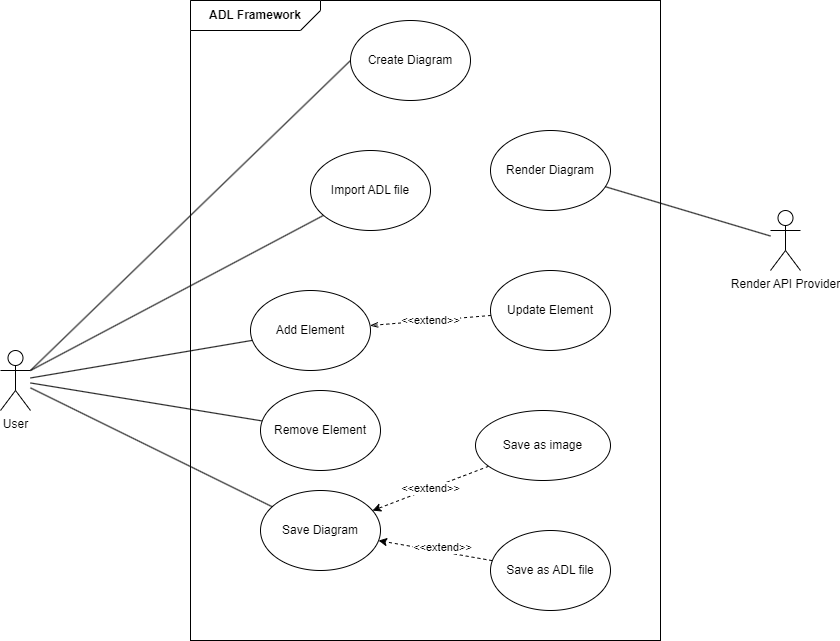
Above: UseCase.drawio.png in phunm211/SW-Associate-Architecture (draw.io), before the change. Source tidied: cells renumbered, new cells last; positions are measured from the earlier drawing's top-left corner, leaving out a move shared by most shapes.
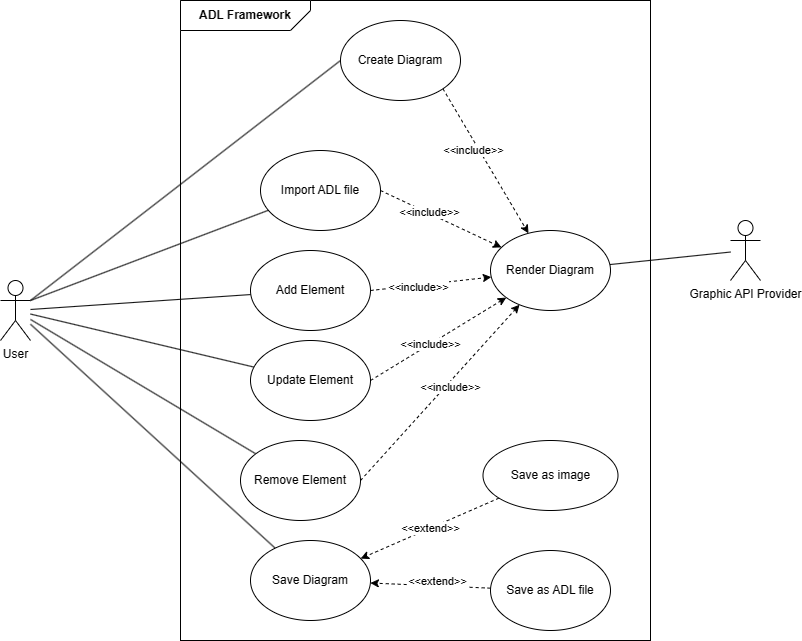
The same diagram one commit later.

What changed in the source:
```diff
@@ -20,32 +20,64 @@
     <mxCell id="7" style="rounded=0;jettySize=auto;html=1;endArrow=none;endFill=0;" parent="1" edge="1" source="8" target="13">
       <mxGeometry relative="1" as="geometry" />
     </mxCell>
+    <mxCell id="25" style="rounded=0;jettySize=auto;html=1;endArrow=none;endFill=0;" parent="1" edge="1" source="8" target="16">
+      <mxGeometry relative="1" as="geometry" />
+    </mxCell>
     <mxCell id="8" value="User" style="shape=umlActor;verticalLabelPosition=bottom;verticalAlign=top;html=1;" parent="1" vertex="1">
-      <mxGeometry y="400" width="30" height="60" as="geometry" />
+      <mxGeometry x="10" y="330" width="30" height="60" as="geometry" />
     </mxCell>
     <mxCell id="9" value="&lt;b&gt;ADL Framework&lt;/b&gt;" style="shape=card;whiteSpace=wrap;html=1;rotation=90;flipV=0;flipH=1;horizontal=0;size=20;" parent="1" vertex="1">
       <mxGeometry x="240" width="30" height="130" as="geometry" />
     </mxCell>
+    <mxCell id="26" style="rounded=0;jettySize=auto;html=1;exitX=1;exitY=1;exitDx=0;exitDy=0;dashed=1;" parent="1" edge="1" source="10" target="23">
+      <mxGeometry relative="1" as="geometry" />
+    </mxCell>
+    <mxCell id="27" value="&amp;lt;&amp;lt;include&amp;gt;&amp;gt;" style="edgeLabel;html=1;align=center;verticalAlign=middle;" parent="26" vertex="1">
+      <mxGeometry x="-0.2" y="-5" relative="1" as="geometry" />
+    </mxCell>
     <mxCell id="10" value="Create Diagram" style="ellipse;whiteSpace=wrap;html=1;" parent="1" vertex="1">
       <mxGeometry x="350" y="70" width="120" height="80" as="geometry" />
     </mxCell>
+    <mxCell id="28" style="rounded=0;jettySize=auto;html=1;exitX=1;exitY=0.5;exitDx=0;exitDy=0;dashed=1;" parent="1" edge="1" source="11" target="23">
+      <mxGeometry relative="1" as="geometry" />
+    </mxCell>
+    <mxCell id="29" value="&amp;lt;&amp;lt;include&amp;gt;&amp;gt;" style="edgeLabel;html=1;align=center;verticalAlign=middle;" parent="28" vertex="1">
+      <mxGeometry x="-0.21" y="1" relative="1" as="geometry" />
+    </mxCell>
     <mxCell id="11" value="Import ADL file" style="ellipse;whiteSpace=wrap;html=1;" parent="1" vertex="1">
-      <mxGeometry x="310" y="200" width="120" height="80" as="geometry" />
+      <mxGeometry x="270" y="200" width="120" height="80" as="geometry" />
     </mxCell>
+    <mxCell id="30" style="rounded=0;jettySize=auto;html=1;exitX=1;exitY=0.5;exitDx=0;exitDy=0;dashed=1;" parent="1" edge="1" source="12" target="23">
+      <mxGeometry relative="1" as="geometry" />
+    </mxCell>
+    <mxCell id="31" value="&amp;lt;&amp;lt;include&amp;gt;&amp;gt;" style="edgeLabel;html=1;align=center;verticalAlign=middle;" parent="30" vertex="1">
+      <mxGeometry x="-0.2" y="-2" relative="1" as="geometry" />
+    </mxCell>
     <mxCell id="12" value="Add Element" style="ellipse;whiteSpace=wrap;html=1;" parent="1" vertex="1">
-      <mxGeometry x="250" y="340" width="120" height="80" as="geometry" />
+      <mxGeometry x="260" y="300" width="120" height="80" as="geometry" />
     </mxCell>
     <mxCell id="13" value="Save Diagram" style="ellipse;whiteSpace=wrap;html=1;" parent="1" vertex="1">
-      <mxGeometry x="260" y="540" width="120" height="80" as="geometry" />
+      <mxGeometry x="260" y="590" width="120" height="80" as="geometry" />
     </mxCell>
+    <mxCell id="32" style="rounded=0;jettySize=auto;html=1;exitX=1;exitY=0.5;exitDx=0;exitDy=0;dashed=1;" parent="1" edge="1" source="14" target="23">
+      <mxGeometry relative="1" as="geometry" />
+    </mxCell>
+    <mxCell id="33" value="&amp;lt;&amp;lt;include&amp;gt;&amp;gt;" style="edgeLabel;html=1;align=center;verticalAlign=middle;" parent="32" vertex="1">
+      <mxGeometry x="0.09" y="-3" relative="1" as="geometry">
+        <mxPoint x="1" as="offset" />
+      </mxGeometry>
+    </mxCell>
     <mxCell id="14" value="Remove Element" style="ellipse;whiteSpace=wrap;html=1;" parent="1" vertex="1">
-      <mxGeometry x="260" y="440" width="120" height="80" as="geometry" />
+      <mxGeometry x="250" y="490" width="120" height="80" as="geometry" />
     </mxCell>
-    <mxCell id="15" value="&amp;lt;&amp;lt;extend&amp;gt;&amp;gt;" style="rounded=0;jettySize=auto;html=1;dashed=1;endArrow=openThin;endFill=0;" parent="1" edge="1" source="16" target="12">
-      <mxGeometry relative="1" as="geometry" />
-    </mxCell>
+    <mxCell id="34" style="rounded=0;jettySize=auto;html=1;exitX=1;exitY=0.5;exitDx=0;exitDy=0;dashed=1;" parent="1" edge="1" source="16" target="23">
+      <mxGeometry relative="1" as="geometry" />
+    </mxCell>
+    <mxCell id="35" value="&amp;lt;&amp;lt;include&amp;gt;&amp;gt;" style="edgeLabel;html=1;align=center;verticalAlign=middle;" parent="34" vertex="1">
+      <mxGeometry x="-0.12" relative="1" as="geometry" />
+    </mxCell>
     <mxCell id="16" value="Update Element" style="ellipse;whiteSpace=wrap;html=1;" parent="1" vertex="1">
-      <mxGeometry x="490" y="320" width="120" height="80" as="geometry" />
+      <mxGeometry x="260" y="390" width="120" height="80" as="geometry" />
     </mxCell>
     <mxCell id="17" style="rounded=0;jettySize=auto;html=1;dashed=1;" parent="1" edge="1" source="19" target="13">
       <mxGeometry relative="1" as="geometry" />
@@ -54,22 +86,22 @@
       <mxGeometry x="-0.1" y="-5" relative="1" as="geometry" />
     </mxCell>
     <mxCell id="19" value="Save as ADL file" style="ellipse;whiteSpace=wrap;html=1;" parent="1" vertex="1">
-      <mxGeometry x="490" y="580" width="120" height="80" as="geometry" />
+      <mxGeometry x="500" y="600" width="120" height="80" as="geometry" />
     </mxCell>
     <mxCell id="20" value="&amp;lt;&amp;lt;extend&amp;gt;&amp;gt;" style="rounded=0;jettySize=auto;html=1;dashed=1;" parent="1" edge="1" source="21" target="13">
       <mxGeometry relative="1" as="geometry" />
     </mxCell>
     <mxCell id="21" value="Save as image" style="ellipse;whiteSpace=wrap;html=1;" parent="1" vertex="1">
-      <mxGeometry x="475" y="460" width="135" height="70" as="geometry" />
+      <mxGeometry x="492.5" y="490" width="135" height="70" as="geometry" />
     </mxCell>
     <mxCell id="22" style="rounded=0;jettySize=auto;html=1;endArrow=none;endFill=0;" parent="1" edge="1" source="23" target="24">
       <mxGeometry relative="1" as="geometry" />
     </mxCell>
     <mxCell id="23" value="Render Diagram" style="ellipse;whiteSpace=wrap;html=1;" parent="1" vertex="1">
-      <mxGeometry x="490" y="180" width="120" height="80" as="geometry" />
+      <mxGeometry x="500" y="280" width="120" height="80" as="geometry" />
     </mxCell>
-    <mxCell id="24" value="Render API Provider" style="shape=umlActor;verticalLabelPosition=bottom;verticalAlign=top;html=1;outlineConnect=0;" parent="1" vertex="1">
-      <mxGeometry x="770" y="260" width="30" height="60" as="geometry" />
+    <mxCell id="24" value="Graphic API Provider" style="shape=umlActor;verticalLabelPosition=bottom;verticalAlign=top;html=1;outlineConnect=0;" parent="1" vertex="1">
+      <mxGeometry x="740" y="270" width="30" height="60" as="geometry" />
     </mxCell>
   </root>
 </mxGraphModel>
```
